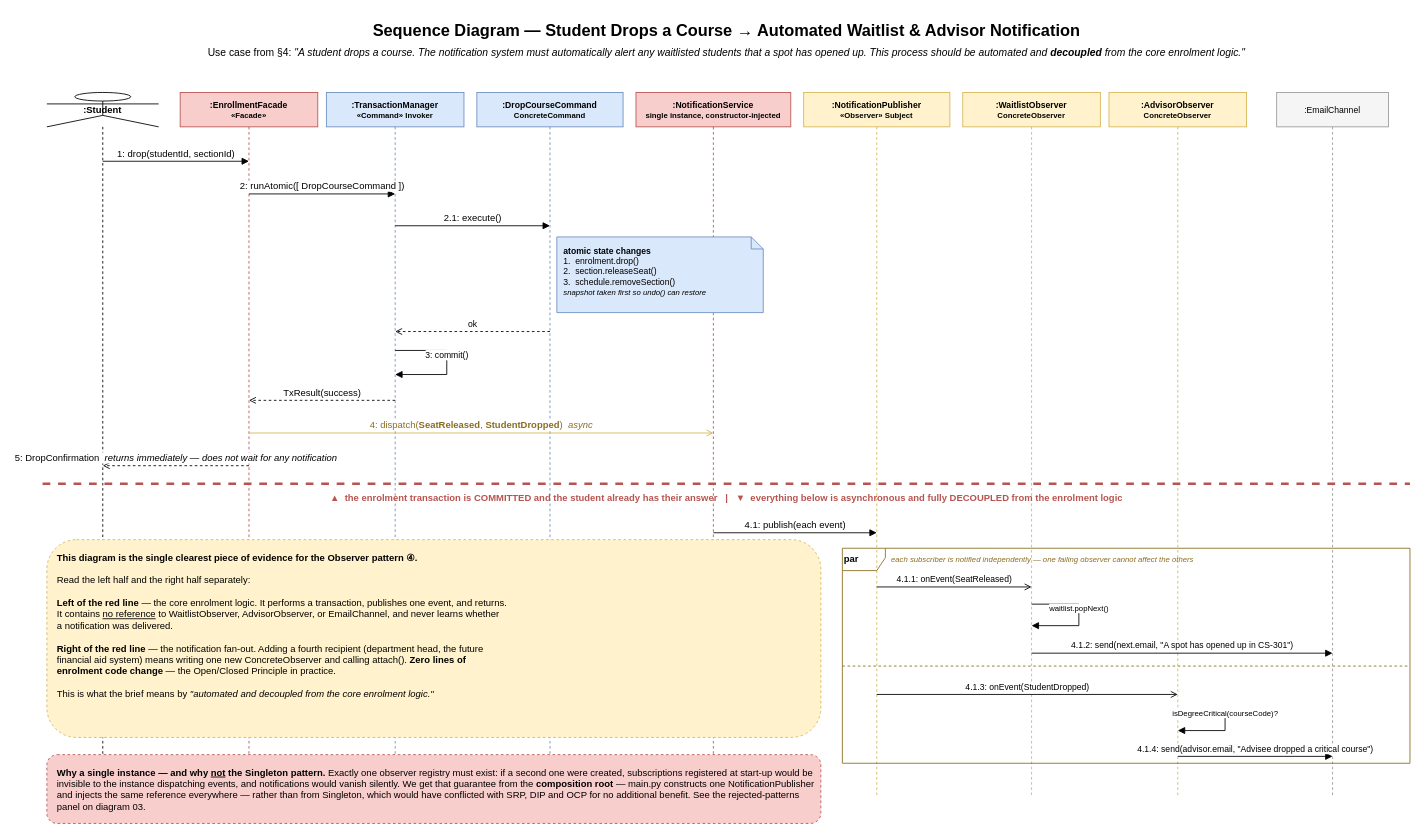
Before: page "Sequence — Drop Course → Waitlist Notification" (2 of 2) of DESIGN/diagrams/05-sequence-diagrams.drawio in lawsanm/nexusenroll, a draw.io diagram. Source tidied: cells renumbered, new cells numbered last; positions are measured from the earlier drawing's top-left corner, leaving out a move shared by most shapes. Both pictures are drawn from the tidied source at 86%, with x=0, y=0 at pixel (42, 15).
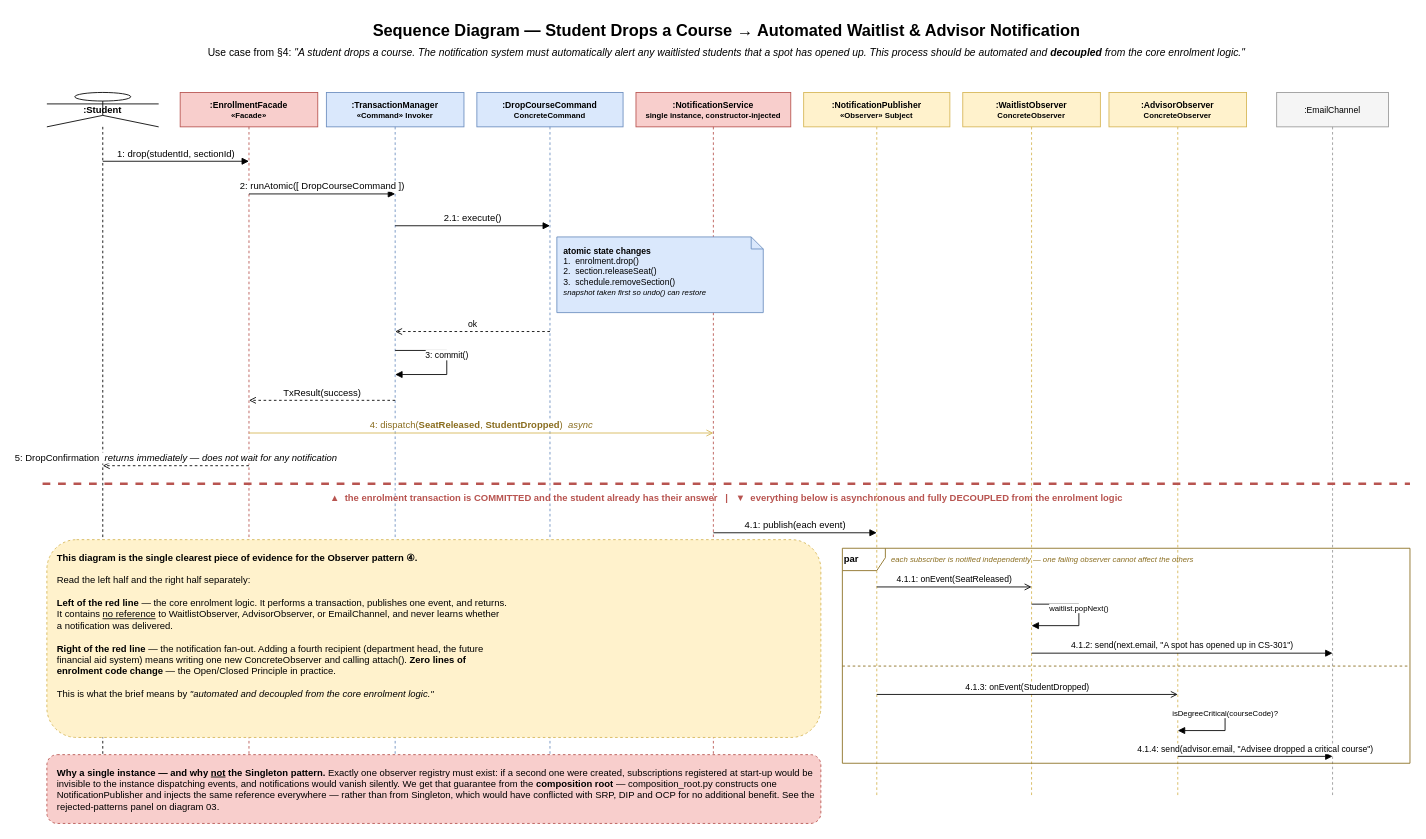
The same diagram, later.

Commit message (it also covers changes not shown here):
Point every composition-root reference at composition_root.py

The edit, as a diff of the source:
```diff
@@
-    <mxCell id="34" value="&lt;b&gt;Why a single instance — and why &lt;u&gt;not&lt;/u&gt; the Singleton pattern.&lt;/b&gt; Exactly one observer registry must exist: if a second one were created, subscriptions registered at start-up would be invisible to the instance dispatching events, and notifications would vanish silently. We get that guarantee from the &lt;b&gt;composition root&lt;/b&gt; — main.py constructs one NotificationPublisher and injects the same reference everywhere — rather than from Singleton, which would have conflicted with SRP, DIP and OCP for no additional benefit. See the rejected-patterns panel on diagram 03." style="rounded=1;whiteSpace=wrap;html=1;fillColor=#f8cecc;strokeColor=#b85450;align=left;verticalAlign=top;spacingLeft=10;spacingTop=8;fontSize=11;dashed=1;" parent="1" vertex="1">
+    <mxCell id="34" value="&lt;b&gt;Why a single instance — and why &lt;u&gt;not&lt;/u&gt; the Singleton pattern.&lt;/b&gt; Exactly one observer registry must exist: if a second one were created, subscriptions registered at start-up would be invisible to the instance dispatching events, and notifications would vanish silently. We get that guarantee from the &lt;b&gt;composition root&lt;/b&gt; — composition_root.py constructs one NotificationPublisher and injects the same reference everywhere — rather than from Singleton, which would have conflicted with SRP, DIP and OCP for no additional benefit. See the rejected-patterns panel on diagram 03." style="rounded=1;whiteSpace=wrap;html=1;fillColor=#f8cecc;strokeColor=#b85450;align=left;verticalAlign=top;spacingLeft=10;spacingTop=8;fontSize=11;dashed=1;" parent="1" vertex="1">
       <mxGeometry x="5" y="860" width="900" height="80" as="geometry" />
     </mxCell>
```
